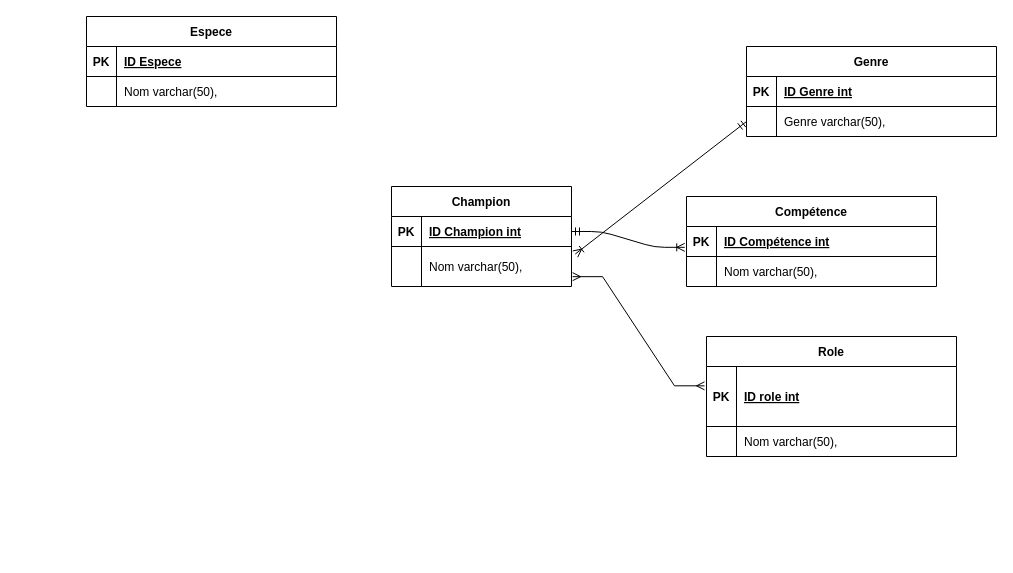
CamilleSimon/BTS2-CIEL-IR-MCD-2024-2025 keeps this draw.io diagram as Diagramme sans nom.drawio. Above is the earlier version. Source tidied: cells renumbered, new cells numbered last; positions are measured from the earlier drawing's top-left corner, leaving out a move shared by most shapes. Both pictures are drawn from the tidied source at 100%, with x=0, y=0 at pixel (86, 16).
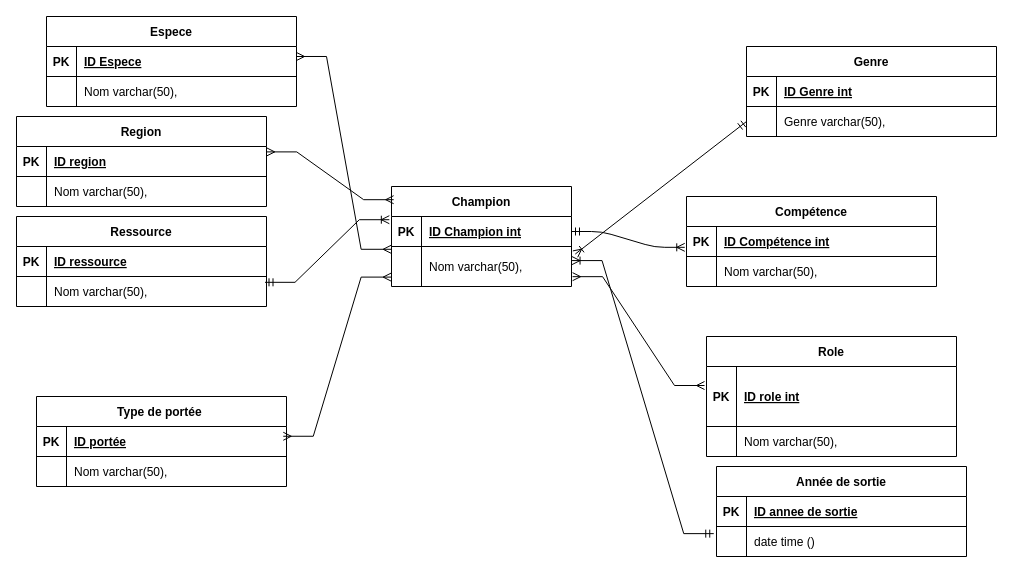
Above is the later version.

Commit message:
Mettre à jour Diagramme sans nom.drawio

The change refers to these unchanged cells:
```xml
<mxCell id="10" value="Champion" style="shape=table;startSize=30;childLayout=tableLayout;rowLines=0;fontStyle=1;align=center;" parent="1" vertex="1">
  <mxGeometry x="305" y="170" width="180" height="100" as="geometry" />
</mxCell>
<mxCell id="11" style="shape=partialRectangle;fillColor=none;points=[[0,0.5],[1,0.5]];portConstraint=eastwest;top=0;left=0;right=0;bottom=1;" parent="10" vertex="1">
  <mxGeometry y="30" width="180" height="30" as="geometry" />
</mxCell>
<mxCell id="14" style="shape=partialRectangle;fillColor=none;points=[[0,0.5],[1,0.5]];portConstraint=eastwest;top=0;left=0;right=0;bottom=0;" parent="10" vertex="1">
  <mxGeometry y="60" width="180" height="40" as="geometry" />
</mxCell>
<mxCell id="25" style="shape=partialRectangle;fillColor=none;points=[[0,0.5],[1,0.5]];portConstraint=eastwest;top=0;left=0;right=0;bottom=1;" parent="24" vertex="1">
  <mxGeometry y="30" width="250" height="60" as="geometry" />
</mxCell>
<mxCell id="34" style="shape=partialRectangle;fillColor=none;points=[[0,0.5],[1,0.5]];portConstraint=eastwest;top=0;left=0;right=0;bottom=1;" parent="33" vertex="1">
  <mxGeometry y="30" width="250" height="30" as="geometry" />
</mxCell>
```

What changed in the source:
```diff
@@
-    <mxCell id="32" style="edgeStyle=entityRelationEdgeStyle;fontSize=12;html=1;endArrow=ERmany;startArrow=ERmany;rounded=0;exitX=1.006;exitY=0.754;exitDx=0;exitDy=0;exitPerimeter=0;entryX=-0.008;entryY=0.322;entryDx=0;entryDy=0;entryPerimeter=0;" parent="1" edge="1" source="14" target="25">
-      <mxGeometry relative="1" as="geometry" />
+    <mxCell id="32" style="edgeStyle=entityRelationEdgeStyle;fontSize=12;html=1;endArrow=ERmany;startArrow=ERmany;rounded=0;exitX=1.006;exitY=0.754;exitDx=0;exitDy=0;exitPerimeter=0;" parent="1" edge="1" source="14">
+      <mxGeometry relative="1" as="geometry">
+        <mxPoint x="618" y="369" as="targetPoint" />
+      </mxGeometry>
     </mxCell>
     <mxCell id="33" value="Espece" style="shape=table;startSize=30;childLayout=tableLayout;rowLines=0;fontStyle=1;align=center;" parent="1" vertex="1">
-      <mxGeometry width="250" height="90" as="geometry" />
+      <mxGeometry x="-40" width="250" height="90" as="geometry" />
     </mxCell>
@@
+    <mxCell id="40" value="Ressource" style="shape=table;startSize=30;childLayout=tableLayout;rowLines=0;fontStyle=1;align=center;" parent="1" vertex="1">
+      <mxGeometry x="-70" y="200" width="250" height="90" as="geometry" />
+    </mxCell>
+    <mxCell id="41" style="shape=partialRectangle;fillColor=none;top=0;left=0;right=0;bottom=1;" parent="40" vertex="1">
+      <mxGeometry y="30" width="250" height="30" as="geometry" />
+    </mxCell>
+    <mxCell id="42" value="PK" style="shape=partialRectangle;overflow=hidden;fillColor=none;top=0;left=0;bottom=0;right=0;fontStyle=1;" parent="41" vertex="1">
+      <mxGeometry width="30" height="30" as="geometry" />
+    </mxCell>
+    <mxCell id="43" value="ID ressource" style="shape=partialRectangle;overflow=hidden;fillColor=none;top=0;left=0;bottom=0;right=0;align=left;spacingLeft=6;fontStyle=5;" parent="41" vertex="1">
+      <mxGeometry x="30" width="220" height="30" as="geometry" />
+    </mxCell>
+    <mxCell id="44" style="shape=partialRectangle;fillColor=none;points=[[0,0.5],[1,0.5]];portConstraint=eastwest;top=0;left=0;right=0;bottom=0;" parent="40" vertex="1">
+      <mxGeometry y="60" width="250" height="30" as="geometry" />
+    </mxCell>
+    <mxCell id="45" style="shape=partialRectangle;overflow=hidden;fillColor=none;top=0;left=0;bottom=0;right=0;" parent="44" vertex="1">
+      <mxGeometry width="30" height="30" as="geometry" />
+    </mxCell>
+    <mxCell id="46" value="Nom varchar(50)," style="shape=partialRectangle;overflow=hidden;fillColor=none;top=0;left=0;bottom=0;right=0;align=left;spacingLeft=6;" parent="44" vertex="1">
+      <mxGeometry x="30" width="220" height="30" as="geometry" />
+    </mxCell>
+    <mxCell id="47" style="edgeStyle=entityRelationEdgeStyle;fontSize=12;html=1;endArrow=ERoneToMany;startArrow=ERmandOne;rounded=0;entryX=-0.012;entryY=0.107;entryDx=0;entryDy=0;entryPerimeter=0;exitX=0.994;exitY=0.194;exitDx=0;exitDy=0;exitPerimeter=0;" parent="1" edge="1" source="44" target="11">
+      <mxGeometry relative="1" as="geometry" />
+    </mxCell>
+    <mxCell id="48" style="edgeStyle=entityRelationEdgeStyle;fontSize=12;html=1;endArrow=ERmany;startArrow=ERmany;rounded=0;entryX=-0.002;entryY=1.093;entryDx=0;entryDy=0;entryPerimeter=0;exitX=1;exitY=0.333;exitDx=0;exitDy=0;exitPerimeter=0;" parent="1" edge="1" source="34" target="11">
+      <mxGeometry relative="1" as="geometry">
+        <Array as="points">
+          <mxPoint x="230" y="-60" />
+        </Array>
+      </mxGeometry>
+    </mxCell>
+    <mxCell id="49" value="Type de portée " style="shape=table;startSize=30;childLayout=tableLayout;rowLines=0;fontStyle=1;align=center;" parent="1" vertex="1">
+      <mxGeometry x="-50" y="380" width="250" height="90" as="geometry" />
+    </mxCell>
+    <mxCell id="50" style="shape=partialRectangle;fillColor=none;points=[[0,0.5],[1,0.5]];portConstraint=eastwest;top=0;left=0;right=0;bottom=1;" parent="49" vertex="1">
+      <mxGeometry y="30" width="250" height="30" as="geometry" />
+    </mxCell>
+    <mxCell id="51" value="PK" style="shape=partialRectangle;overflow=hidden;fillColor=none;top=0;left=0;bottom=0;right=0;fontStyle=1;" parent="50" vertex="1">
+      <mxGeometry width="30" height="30" as="geometry" />
+    </mxCell>
+    <mxCell id="52" value="ID portée" style="shape=partialRectangle;overflow=hidden;fillColor=none;top=0;left=0;bottom=0;right=0;align=left;spacingLeft=6;fontStyle=5;" parent="50" vertex="1">
+      <mxGeometry x="30" width="220" height="30" as="geometry" />
+    </mxCell>
+    <mxCell id="53" style="shape=partialRectangle;fillColor=none;top=0;left=0;right=0;bottom=0;" parent="49" vertex="1">
+      <mxGeometry y="60" width="250" height="30" as="geometry" />
+    </mxCell>
+    <mxCell id="54" style="shape=partialRectangle;overflow=hidden;fillColor=none;top=0;left=0;bottom=0;right=0;" parent="53" vertex="1">
+      <mxGeometry width="30" height="30" as="geometry" />
+    </mxCell>
+    <mxCell id="55" value="Nom varchar(50)," style="shape=partialRectangle;overflow=hidden;fillColor=none;top=0;left=0;bottom=0;right=0;align=left;spacingLeft=6;" parent="53" vertex="1">
+      <mxGeometry x="30" width="220" height="30" as="geometry" />
+    </mxCell>
+    <mxCell id="56" style="edgeStyle=entityRelationEdgeStyle;fontSize=12;html=1;endArrow=ERmany;startArrow=ERmany;rounded=0;entryX=-0.002;entryY=0.765;entryDx=0;entryDy=0;entryPerimeter=0;exitX=0.987;exitY=0.325;exitDx=0;exitDy=0;exitPerimeter=0;" parent="1" edge="1" source="50" target="14">
+      <mxGeometry relative="1" as="geometry">
+        <Array as="points">
+          <mxPoint x="80" y="540" />
+          <mxPoint x="240" y="400" />
+          <mxPoint x="170" y="500" />
+        </Array>
+      </mxGeometry>
+    </mxCell>
+    <mxCell id="57" value="Region" style="shape=table;startSize=30;childLayout=tableLayout;rowLines=0;fontStyle=1;align=center;" parent="1" vertex="1">
+      <mxGeometry x="-70" y="100" width="250" height="90" as="geometry" />
+    </mxCell>
+    <mxCell id="58" style="shape=partialRectangle;fillColor=none;points=[[0,0.5],[1,0.5]];portConstraint=eastwest;top=0;left=0;right=0;bottom=1;" parent="57" vertex="1">
+      <mxGeometry y="30" width="250" height="30" as="geometry" />
+    </mxCell>
+    <mxCell id="59" value="PK" style="shape=partialRectangle;overflow=hidden;fillColor=none;top=0;left=0;bottom=0;right=0;fontStyle=1;" parent="58" vertex="1">
+      <mxGeometry width="30" height="30" as="geometry" />
+    </mxCell>
+    <mxCell id="60" value="ID region" style="shape=partialRectangle;overflow=hidden;fillColor=none;top=0;left=0;bottom=0;right=0;align=left;spacingLeft=6;fontStyle=5;" parent="58" vertex="1">
+      <mxGeometry x="30" width="220" height="30" as="geometry" />
+    </mxCell>
+    <mxCell id="61" style="shape=partialRectangle;fillColor=none;top=0;left=0;right=0;bottom=0;" parent="57" vertex="1">
+      <mxGeometry y="60" width="250" height="30" as="geometry" />
+    </mxCell>
+    <mxCell id="62" style="shape=partialRectangle;overflow=hidden;fillColor=none;top=0;left=0;bottom=0;right=0;" parent="61" vertex="1">
+      <mxGeometry width="30" height="30" as="geometry" />
+    </mxCell>
+    <mxCell id="63" value="Nom varchar(50)," style="shape=partialRectangle;overflow=hidden;fillColor=none;top=0;left=0;bottom=0;right=0;align=left;spacingLeft=6;" parent="61" vertex="1">
+      <mxGeometry x="30" width="220" height="30" as="geometry" />
+    </mxCell>
+    <mxCell id="64" style="edgeStyle=entityRelationEdgeStyle;fontSize=12;html=1;endArrow=ERmany;startArrow=ERmany;rounded=0;entryX=0.012;entryY=0.132;entryDx=0;entryDy=0;entryPerimeter=0;exitX=1.001;exitY=0.18;exitDx=0;exitDy=0;exitPerimeter=0;" parent="1" edge="1" source="58" target="10">
+      <mxGeometry relative="1" as="geometry" />
+    </mxCell>
+    <mxCell id="65" value="Année de sortie" style="shape=table;startSize=30;childLayout=tableLayout;rowLines=0;fontStyle=1;align=center;" parent="1" vertex="1">
+      <mxGeometry x="630" y="450" width="250" height="90" as="geometry" />
+    </mxCell>
+    <mxCell id="66" style="shape=partialRectangle;fillColor=none;top=0;left=0;right=0;bottom=1;" parent="65" vertex="1">
+      <mxGeometry y="30" width="250" height="30" as="geometry" />
+    </mxCell>
+    <mxCell id="67" value="PK" style="shape=partialRectangle;overflow=hidden;fillColor=none;top=0;left=0;bottom=0;right=0;fontStyle=1;" parent="66" vertex="1">
+      <mxGeometry width="30" height="30" as="geometry" />
+    </mxCell>
+    <mxCell id="68" value="ID annee de sortie" style="shape=partialRectangle;overflow=hidden;fillColor=none;top=0;left=0;bottom=0;right=0;align=left;spacingLeft=6;fontStyle=5;" parent="66" vertex="1">
+      <mxGeometry x="30" width="220" height="30" as="geometry" />
+    </mxCell>
+    <mxCell id="69" style="shape=partialRectangle;fillColor=none;points=[[0,0.5],[1,0.5]];portConstraint=eastwest;top=0;left=0;right=0;bottom=0;" parent="65" vertex="1">
+      <mxGeometry y="60" width="250" height="30" as="geometry" />
+    </mxCell>
+    <mxCell id="70" style="shape=partialRectangle;overflow=hidden;fillColor=none;top=0;left=0;bottom=0;right=0;" parent="69" vertex="1">
+      <mxGeometry width="30" height="30" as="geometry" />
+    </mxCell>
+    <mxCell id="71" value="date time ()" style="shape=partialRectangle;overflow=hidden;fillColor=none;top=0;left=0;bottom=0;right=0;align=left;spacingLeft=6;" parent="69" vertex="1">
+      <mxGeometry x="30" width="220" height="30" as="geometry" />
+    </mxCell>
+    <mxCell id="72" style="edgeStyle=entityRelationEdgeStyle;fontSize=12;html=1;endArrow=ERoneToMany;startArrow=ERmandOne;rounded=0;exitX=-0.011;exitY=0.238;exitDx=0;exitDy=0;exitPerimeter=0;entryX=1.003;entryY=0.352;entryDx=0;entryDy=0;entryPerimeter=0;" parent="1" edge="1" source="69" target="14">
+      <mxGeometry relative="1" as="geometry" />
+    </mxCell>
```
